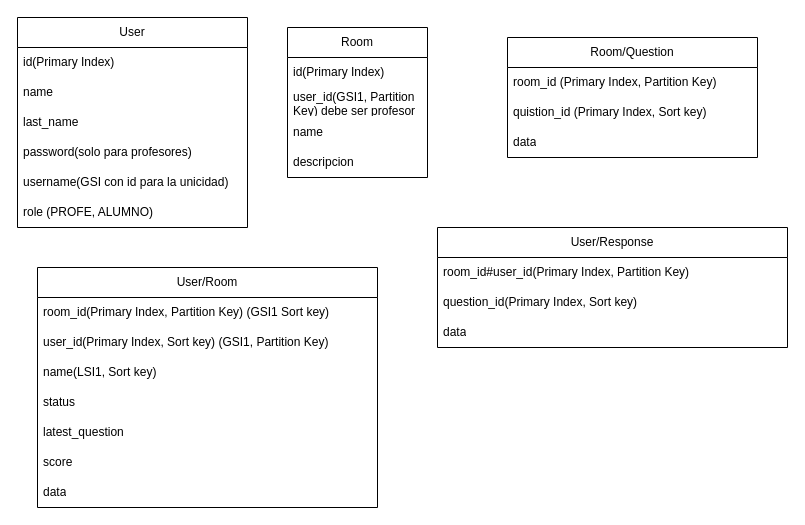
This is page "Página-3" (4 of 5) of archivos_extras/ArquitecturaBack.drawio from jhimyj/Aula360, a draw.io file, before an edit. Source tidied: cells renumbered, new cells numbered last; positions are measured from the earlier drawing's top-left corner, leaving out a move shared by most shapes. Both pictures are drawn from the tidied source at 100%, with x=0, y=0 at pixel (17, 17).
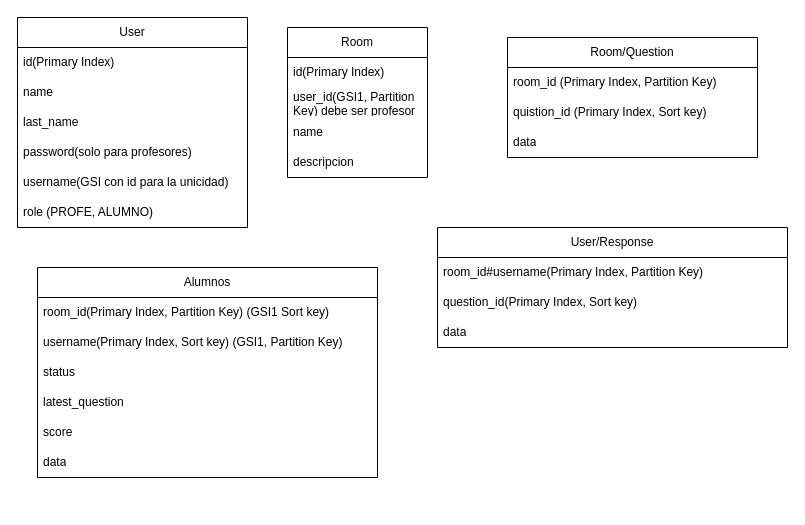
The same page after the edit.

Unchanged cells that the change refers to:
```xml
<mxCell id="26" value="User/Response" style="swimlane;fontStyle=0;horizontal=1;startSize=30;whiteSpace=wrap;html=1;" parent="1" vertex="1">
  <mxGeometry x="420" y="210" width="350" height="120" as="geometry" />
</mxCell>
```

Diff of the diagram source:
```diff
@@
-    <mxCell id="14" value="User/Room" style="swimlane;fontStyle=0;horizontal=1;startSize=30;whiteSpace=wrap;html=1;" parent="1" vertex="1">
-      <mxGeometry x="20" y="250" width="340" height="240" as="geometry" />
+    <mxCell id="14" value="Alumnos" style="swimlane;fontStyle=0;horizontal=1;startSize=30;whiteSpace=wrap;html=1;" parent="1" vertex="1">
+      <mxGeometry x="20" y="250" width="340" height="210" as="geometry" />
     </mxCell>
@@
-    <mxCell id="16" value="user_id(Primary Index, Sort key) (GSI1, Partition Key)" style="text;strokeColor=none;fillColor=none;align=left;verticalAlign=middle;spacingLeft=4;spacingRight=4;overflow=hidden;whiteSpace=wrap;html=1;" parent="14" vertex="1">
+    <mxCell id="16" value="username(Primary Index, Sort key) (GSI1, Partition Key)" style="text;strokeColor=none;fillColor=none;align=left;verticalAlign=middle;spacingLeft=4;spacingRight=4;overflow=hidden;whiteSpace=wrap;html=1;" parent="14" vertex="1">
       <mxGeometry y="60" width="340" height="30" as="geometry" />
     </mxCell>
-    <mxCell id="17" value="name(LSI1, Sort key)" style="text;strokeColor=none;fillColor=none;align=left;verticalAlign=middle;spacingLeft=4;spacingRight=4;overflow=hidden;whiteSpace=wrap;html=1;" parent="14" vertex="1">
-      <mxGeometry y="90" width="340" height="30" as="geometry" />
-    </mxCell>
     <mxCell id="18" value="status" style="text;strokeColor=none;fillColor=none;align=left;verticalAlign=middle;spacingLeft=4;spacingRight=4;overflow=hidden;whiteSpace=wrap;html=1;" parent="14" vertex="1">
-      <mxGeometry y="120" width="340" height="30" as="geometry" />
+      <mxGeometry y="90" width="340" height="30" as="geometry" />
     </mxCell>
     <mxCell id="19" value="latest_question" style="text;strokeColor=none;fillColor=none;align=left;verticalAlign=middle;spacingLeft=4;spacingRight=4;overflow=hidden;whiteSpace=wrap;html=1;" parent="14" vertex="1">
-      <mxGeometry y="150" width="340" height="30" as="geometry" />
+      <mxGeometry y="120" width="340" height="30" as="geometry" />
     </mxCell>
     <mxCell id="20" value="score" style="text;strokeColor=none;fillColor=none;align=left;verticalAlign=middle;spacingLeft=4;spacingRight=4;overflow=hidden;whiteSpace=wrap;html=1;" parent="14" vertex="1">
-      <mxGeometry y="180" width="340" height="30" as="geometry" />
+      <mxGeometry y="150" width="340" height="30" as="geometry" />
     </mxCell>
     <mxCell id="21" value="data" style="text;strokeColor=none;fillColor=none;align=left;verticalAlign=middle;spacingLeft=4;spacingRight=4;overflow=hidden;whiteSpace=wrap;html=1;" parent="14" vertex="1">
-      <mxGeometry y="210" width="340" height="30" as="geometry" />
+      <mxGeometry y="180" width="340" height="30" as="geometry" />
     </mxCell>
@@
-    <mxCell id="27" value="room_id#user_id(Primary Index, Partition Key)" style="text;strokeColor=none;fillColor=none;align=left;verticalAlign=middle;spacingLeft=4;spacingRight=4;overflow=hidden;whiteSpace=wrap;html=1;" parent="26" vertex="1">
+    <mxCell id="27" value="room_id#username(Primary Index, Partition Key)" style="text;strokeColor=none;fillColor=none;align=left;verticalAlign=middle;spacingLeft=4;spacingRight=4;overflow=hidden;whiteSpace=wrap;html=1;" parent="26" vertex="1">
       <mxGeometry y="30" width="350" height="30" as="geometry" />
     </mxCell>
```
